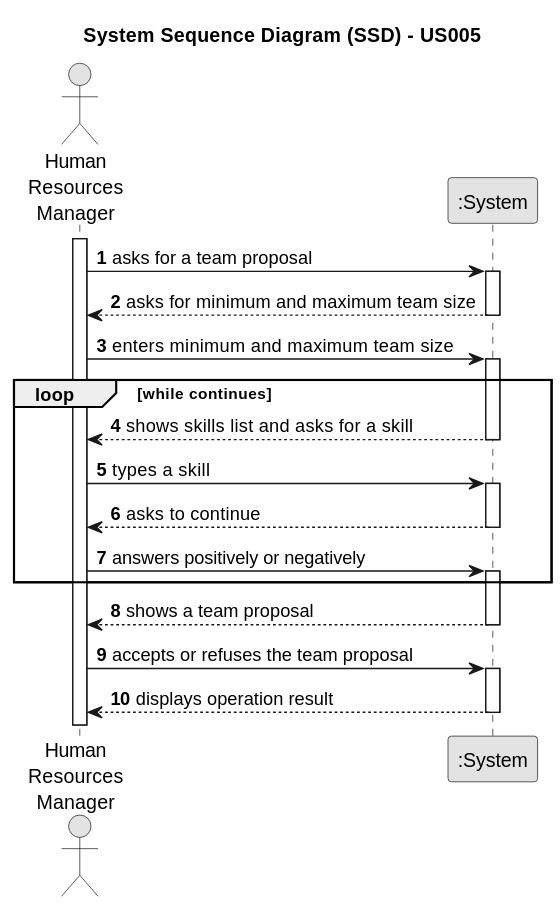
This is docs/sprintB/us005/01.requirements-engineering/svg/us005-system-sequence-diagram.svg from Departamento-de-Engenharia-Informatica/lei-24-s2-1dm-g132, a PlantUML export, as it was before one commit.
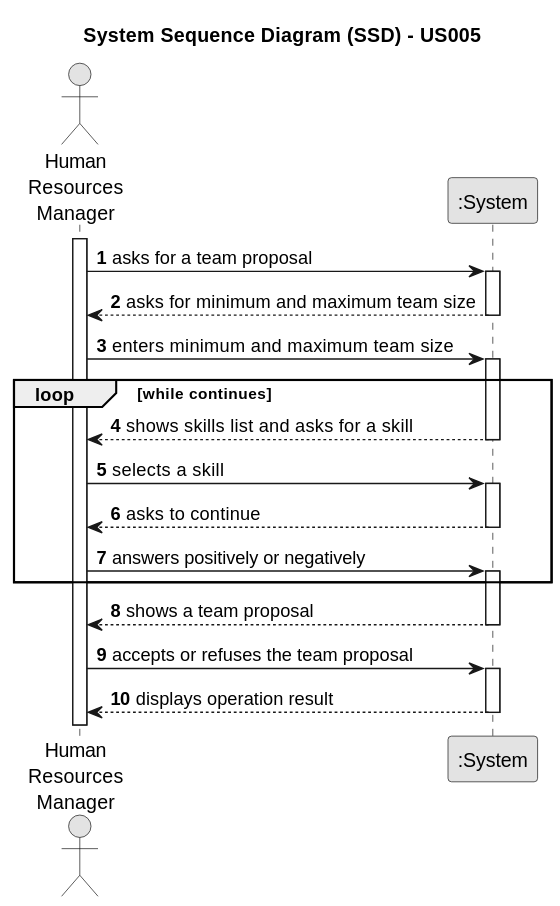
After the commit.

Commit message:
US005 system sequence diagram minor update

Change to the diagram source:
```diff
@@ -25,7 +25,7 @@
         System --> HRM : shows skills list and asks for a skill
     deactivate System
 
-    HRM -> System : types a skill
+    HRM -> System : selects a skill
     activate System
 
         System --> HRM : asks to continue
```
